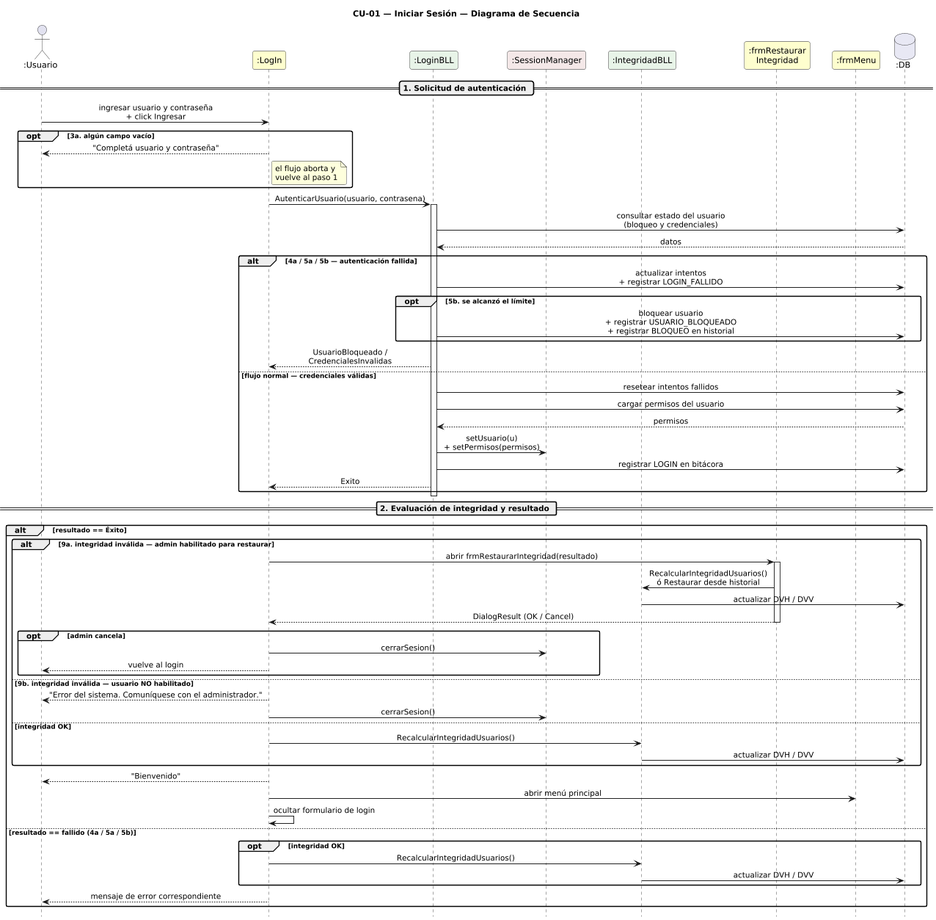
Above: DIAGRAMAS/DiagramaSecuencia_CU01_IniciarSesion.png in Urrels/ingenieria_software (PlantUML), before the change.
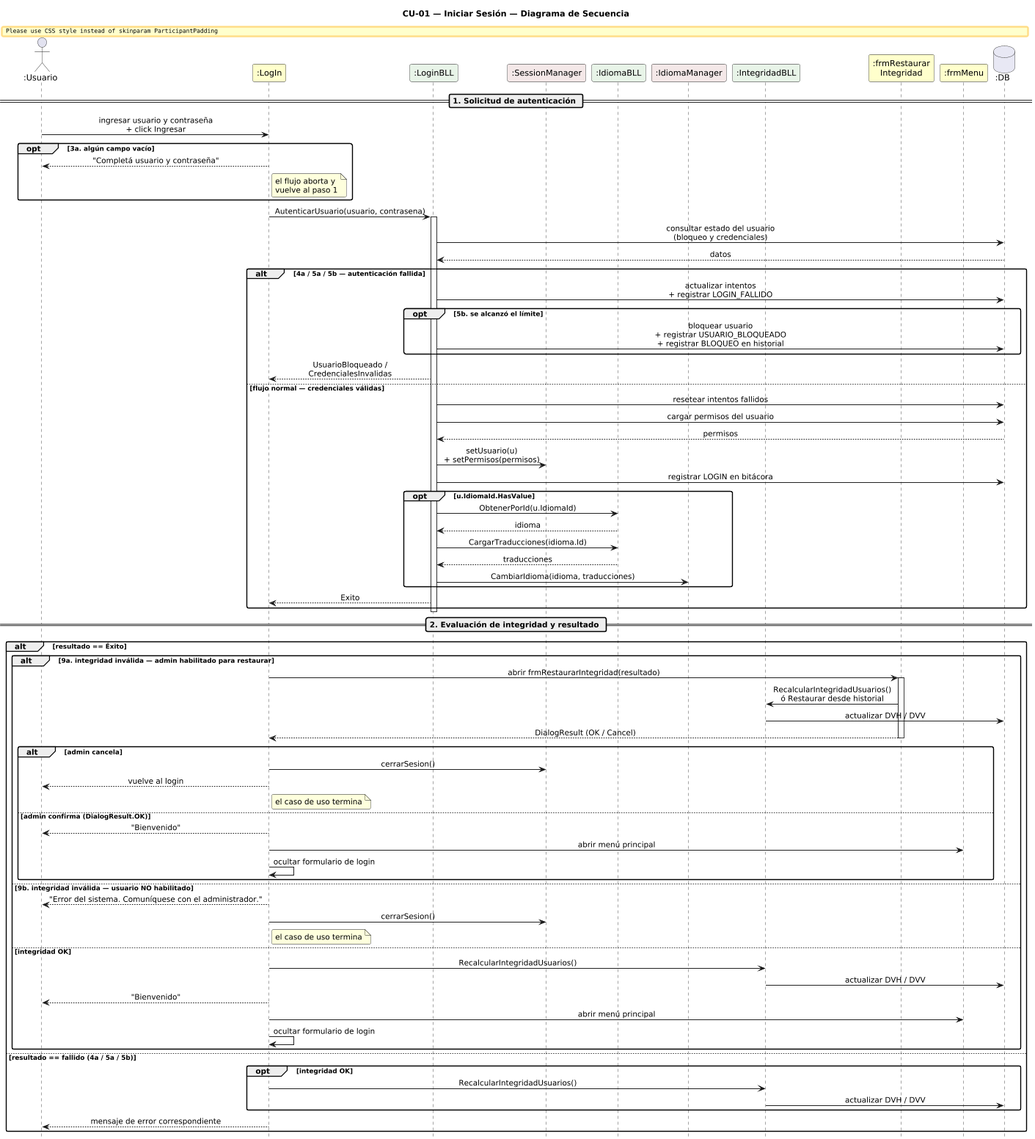
After the commit.

Commit message:
docs: corrige diagramas CU01/CU02/CU04 y LoginIntegridad (idioma tras login, orden de pasos, casos faltantes)

Diff of the diagram source:
```diff
@@ -14,6 +14,8 @@
 participant ":LogIn"                  as L  #FEFECE
 participant ":LoginBLL"               as LB #E8F4E8
 participant ":SessionManager"         as SM #F4E8E8
+participant ":IdiomaBLL"              as IDB #E8F4E8
+participant ":IdiomaManager"          as IDM #F4E8E8
 participant ":IntegridadBLL"          as IB #E8F4E8
 participant ":frmRestaurar\nIntegridad" as FR #FEFECE
 participant ":frmMenu"                as FM #FEFECE
@@ -47,6 +49,15 @@
   DB --> LB : permisos
   LB -> SM : setUsuario(u)\n+ setPermisos(permisos)
   LB -> DB : registrar LOGIN en bitácora
+
+  opt u.IdiomaId.HasValue
+    LB -> IDB : ObtenerPorId(u.IdiomaId)
+    IDB --> LB : idioma
+    LB -> IDB : CargarTraducciones(idioma.Id)
+    IDB --> LB : traducciones
+    LB -> IDM : CambiarIdioma(idioma, traducciones)
+  end
+
   LB --> L : Exito
 end
 deactivate LB
@@ -62,23 +73,29 @@
     IB -> DB : actualizar DVH / DVV
     FR --> L : DialogResult (OK / Cancel)
     deactivate FR
-    opt admin cancela
+
+    alt admin cancela
       L -> SM : cerrarSesion()
       L --> U : vuelve al login
+      note right of L : el caso de uso termina
+    else admin confirma (DialogResult.OK)
+      L --> U : "Bienvenido"
+      L -> FM : abrir menú principal
+      L -> L : ocultar formulario de login
     end
 
   else 9b. integridad inválida — usuario NO habilitado
     L --> U : "Error del sistema. Comuníquese con el administrador."
     L -> SM : cerrarSesion()
+    note right of L : el caso de uso termina
 
   else integridad OK
     L -> IB : RecalcularIntegridadUsuarios()
     IB -> DB : actualizar DVH / DVV
+    L --> U : "Bienvenido"
+    L -> FM : abrir menú principal
+    L -> L : ocultar formulario de login
   end
-
-  L --> U : "Bienvenido"
-  L -> FM : abrir menú principal
-  L -> L : ocultar formulario de login
 
 else resultado == fallido (4a / 5a / 5b)
   opt integridad OK
```
